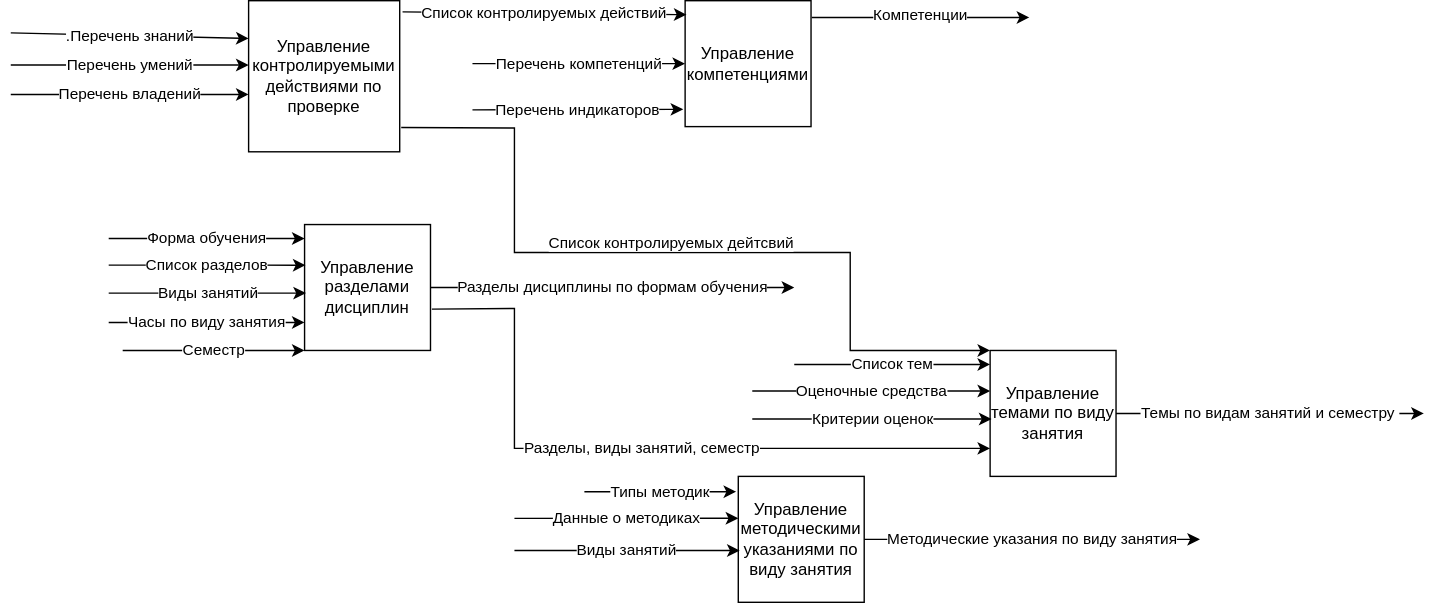
abizgildina/Un20.35 keeps this draw.io diagram as 20.35.drawio.svg. Above is the earlier version. Source tidied: cells renumbered, new cells last; positions are measured from the earlier drawing's top-left corner, leaving out a move shared by most shapes.
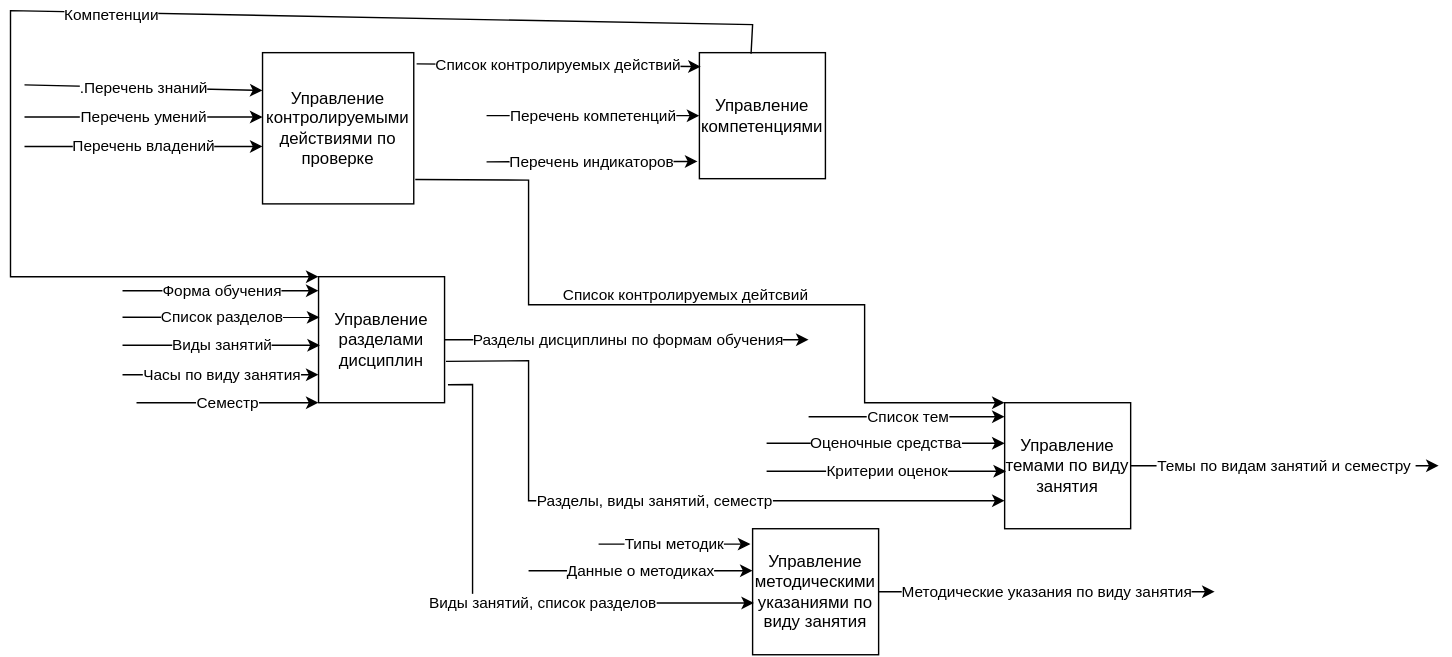
The same diagram one commit later.

What changed in the source:
```diff
@@ -38,9 +38,13 @@
         <mxPoint x="170" y="67" as="targetPoint" />
       </mxGeometry>
     </mxCell>
-    <mxCell id="10" value="Компетенции" style="endArrow=classic;html=1;rounded=0;exitX=1.006;exitY=0.134;exitDx=0;exitDy=0;exitPerimeter=0;" parent="1" edge="1" source="2">
+    <mxCell id="10" value="Компетенции" style="endArrow=classic;html=1;rounded=0;exitX=0.41;exitY=0.008;exitDx=0;exitDy=0;entryX=0;entryY=0;entryDx=0;entryDy=0;exitPerimeter=0;" parent="1" edge="1" source="2" target="11">
       <mxGeometry y="2" relative="1" as="geometry">
-        <mxPoint x="728" y="12" as="targetPoint" />
+        <Array as="points">
+          <mxPoint x="520" y="-20" />
+          <mxPoint x="-10" y="-30" />
+          <mxPoint x="-10" y="160" />
+        </Array>
       </mxGeometry>
     </mxCell>
     <mxCell id="11" value="Управление разделами дисциплин" style="whiteSpace=wrap;html=1;" parent="1" vertex="1">
@@ -142,11 +146,11 @@
         <mxPoint x="360" y="370" as="sourcePoint" />
       </mxGeometry>
     </mxCell>
-    <mxCell id="28" value="Виды занятий" style="endArrow=classic;html=1;rounded=0;entryX=0.011;entryY=0.589;entryDx=0;entryDy=0;entryPerimeter=0;" parent="1" edge="1" target="25">
-      <mxGeometry x="-0.01" relative="1" as="geometry">
-        <mxPoint x="360" y="393" as="sourcePoint" />
+    <mxCell id="28" value="Виды занятий, список разделов" style="endArrow=classic;html=1;rounded=0;entryX=0.011;entryY=0.589;entryDx=0;entryDy=0;entryPerimeter=0;exitX=1.027;exitY=0.858;exitDx=0;exitDy=0;exitPerimeter=0;" parent="1" edge="1" source="11" target="25">
+      <mxGeometry x="0.19" relative="1" as="geometry">
         <Array as="points">
-          <mxPoint x="360" y="393" />
+          <mxPoint x="320" y="237" />
+          <mxPoint x="320" y="393" />
         </Array>
       </mxGeometry>
     </mxCell>
```
